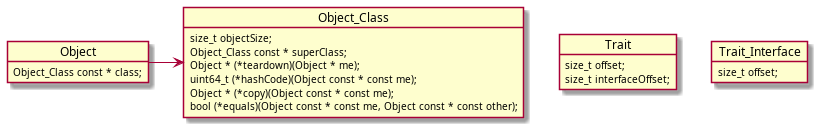
Earlier version of the PlantUML export docs/media/diag-building-blocks.png (alexmarincu/Cbject).
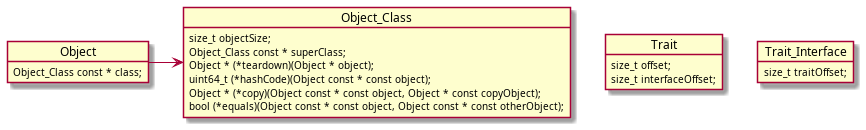
Later version of the same file.

Commit message:
Add PlantUML objects  near the code and insert them in diagrams with include directive

Diff of the diagram source:
```diff
@@ -5,17 +5,17 @@
 object Object_Class {
     size_t objectSize;
     Object_Class const * superClass;
-    Object * (*teardown)(Object * me);
-    uint64_t (*hashCode)(Object const * const me);
-    Object * (*copy)(Object const * const me);
-    bool (*equals)(Object const * const me, Object const * const other);
+    Object * (*teardown)(Object * object);
+    uint64_t (*hashCode)(Object const * const object);
+    Object * (*copy)(Object const * const object, Object * const copyObject);
+    bool (*equals)(Object const * const object, Object const * const otherObject);
 }
-Object -r-> Object_Class
 object Trait {
     size_t offset;
     size_t interfaceOffset;
 }
 object Trait_Interface {
-    size_t offset;
+    size_t traitOffset;
 }
+Object -r-> Object_Class
 @enduml
```
